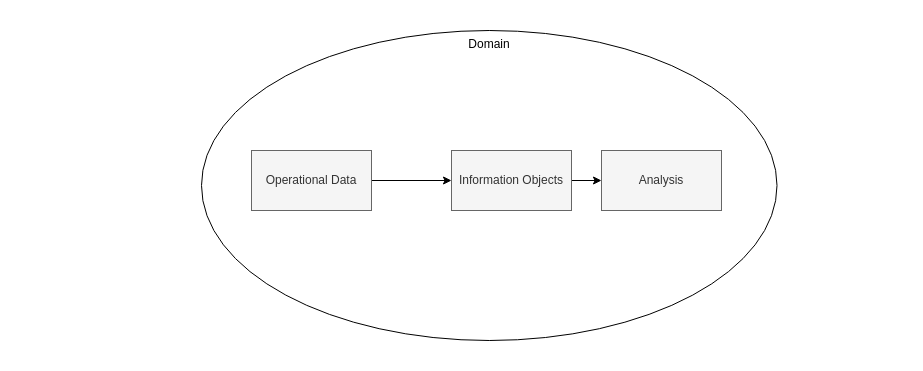
Above: diagrams/domainteamjourney_level2.drawio in datamesh-architecture/datamesh-architecture.com (draw.io), before the change. Source tidied: cells renumbered, new cells numbered last; positions are measured from the earlier drawing's top-left corner, leaving out a move shared by most shapes. Both pictures are drawn from the tidied source at 100%, with x=0, y=0 at pixel (17, 17).
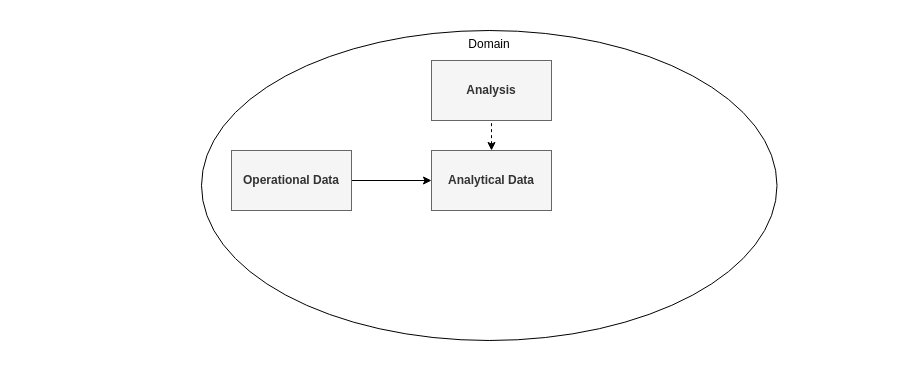
The same page after the edit.

What changed in the source:
```diff
@@
 <mxGraphModel>
   <root>
     <mxCell id="0" />
     <mxCell id="1" parent="0" />
     <mxCell id="2" style="rounded=0;whiteSpace=wrap;html=1;fillColor=none;strokeColor=none;" parent="1" vertex="1">
       <mxGeometry width="889" height="337" as="geometry" />
     </mxCell>
     <mxCell id="3" value="Domain" style="ellipse;whiteSpace=wrap;html=1;verticalAlign=top;" parent="1" vertex="1">
       <mxGeometry x="184" y="13" width="575.5" height="310" as="geometry" />
     </mxCell>
+    <mxCell id="9" style="edgeStyle=orthogonalEdgeStyle;rounded=0;jettySize=auto;html=1;startArrow=classic;startFill=1;endArrow=none;endFill=0;exitX=0;exitY=0.5;exitDx=0;exitDy=0;" parent="1" edge="1" source="11" target="8">
+      <mxGeometry relative="1" as="geometry" />
+    </mxCell>
+    <mxCell id="8" value="Operational Data" style="rounded=0;whiteSpace=wrap;html=1;fillColor=#f5f5f5;fontColor=#333333;strokeColor=#666666;fontStyle=1;" parent="1" vertex="1">
+      <mxGeometry x="214" y="133" width="120" height="60" as="geometry" />
+    </mxCell>
-    <mxCell id="4" value="Analysis" style="rounded=0;whiteSpace=wrap;html=1;fillColor=#f5f5f5;fontColor=#333333;strokeColor=#666666;" parent="1" vertex="1">
-      <mxGeometry x="584" y="133" width="120" height="60" as="geometry" />
+    <mxCell id="4" value="Analysis" style="rounded=0;whiteSpace=wrap;html=1;fillColor=#f5f5f5;fontColor=#333333;strokeColor=#666666;fontStyle=1;" parent="1" vertex="1">
+      <mxGeometry x="414" y="43" width="120" height="60" as="geometry" />
     </mxCell>
-    <mxCell id="5" style="edgeStyle=orthogonalEdgeStyle;rounded=0;jettySize=auto;html=1;exitX=1;exitY=0.5;exitDx=0;exitDy=0;" parent="1" edge="1" source="7" target="4">
-      <mxGeometry relative="1" as="geometry" />
-    </mxCell>
-    <mxCell id="6" style="edgeStyle=orthogonalEdgeStyle;rounded=0;jettySize=auto;html=1;startArrow=classic;startFill=1;endArrow=none;endFill=0;" parent="1" edge="1" source="7" target="8">
-      <mxGeometry relative="1" as="geometry" />
-    </mxCell>
-    <mxCell id="7" value="Information Objects" style="rounded=0;whiteSpace=wrap;html=1;fillColor=#f5f5f5;fontColor=#333333;strokeColor=#666666;" parent="1" vertex="1">
-      <mxGeometry x="434" y="133" width="120" height="60" as="geometry" />
-    </mxCell>
-    <mxCell id="8" value="Operational Data" style="rounded=0;whiteSpace=wrap;html=1;fillColor=#f5f5f5;fontColor=#333333;strokeColor=#666666;" parent="1" vertex="1">
-      <mxGeometry x="234" y="133" width="120" height="60" as="geometry" />
-    </mxCell>
+    <mxCell id="10" style="rounded=0;jettySize=auto;html=1;exitX=0.5;exitY=0;exitDx=0;exitDy=0;startArrow=classic;startFill=1;endArrow=none;endFill=0;dashed=1;" parent="1" edge="1" source="11" target="4">
+      <mxGeometry relative="1" as="geometry" />
+    </mxCell>
+    <mxCell id="11" value="Analytical Data" style="rounded=0;whiteSpace=wrap;html=1;fillColor=#f5f5f5;fontColor=#333333;strokeColor=#666666;fontStyle=1;" parent="1" vertex="1">
+      <mxGeometry x="414" y="133" width="120" height="60" as="geometry" />
+    </mxCell>
   </root>
 </mxGraphModel>
```
